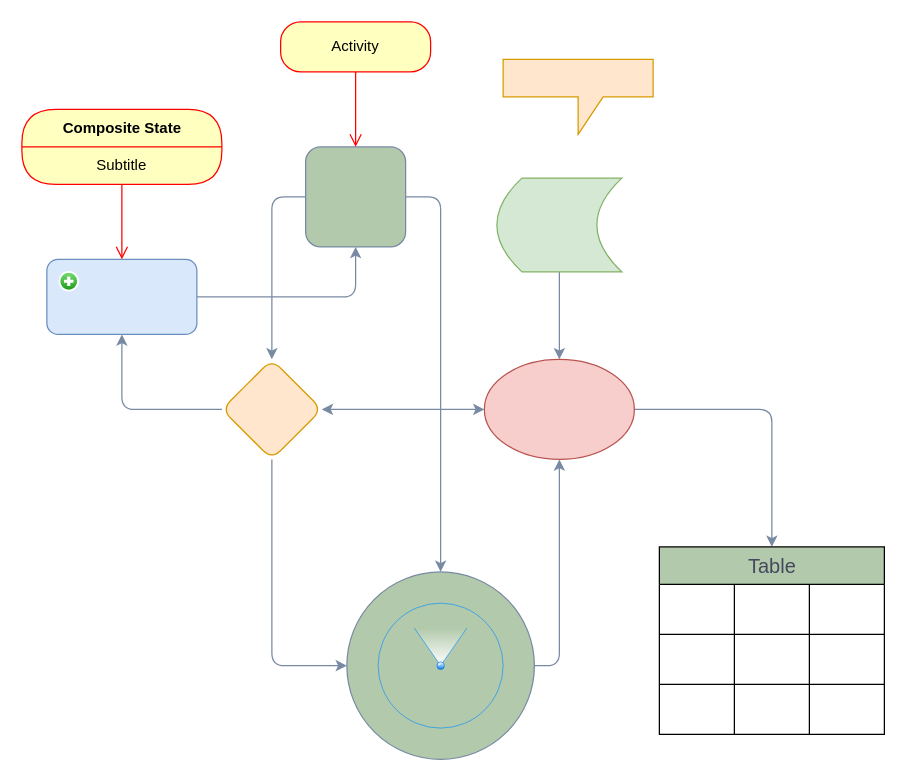
Above: Diagramma.drawio in KonstantinS007/PythonProject (draw.io), before the change. Source tidied: cells renumbered, new cells numbered last; positions are measured from the earlier drawing's top-left corner, leaving out a move shared by most shapes. Both pictures are drawn from the tidied source at 125%, with x=0, y=0 at pixel (21, 21).
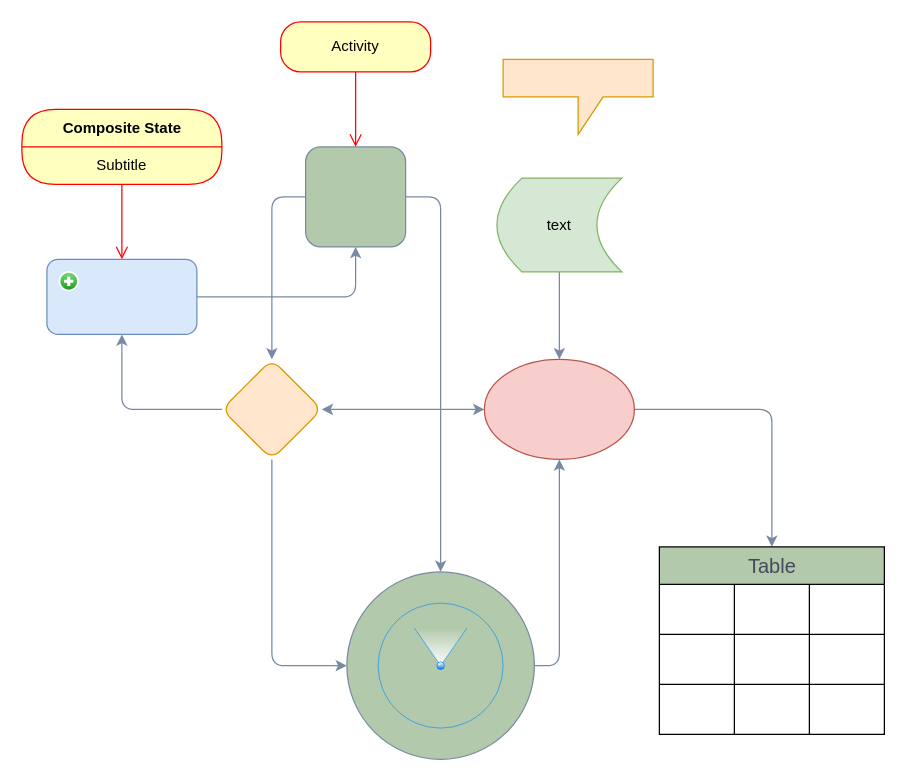
The same diagram, later.

The edit, as a diff of the source:
```diff
@@
-    <mxCell id="37" style="shape=dataStorage;whiteSpace=wrap;html=1;fixedSize=1;fillColor=#d5e8d4;strokeColor=#82b366;" parent="1" vertex="1">
+    <mxCell id="37" value="text" style="shape=dataStorage;whiteSpace=wrap;html=1;fixedSize=1;fillColor=#d5e8d4;strokeColor=#82b366;" parent="1" vertex="1">
       <mxGeometry x="380" y="125" width="100" height="75" as="geometry" />
     </mxCell>
```
